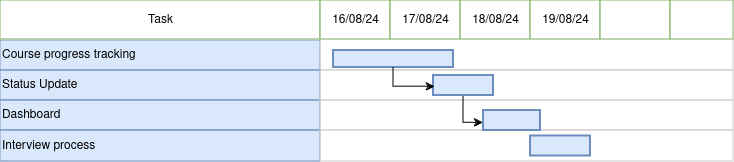
This is timeline/Untitled Diagram.drawio.png from Meharaj-thoufik/Quality-Candidate-Recruit, a draw.io export, as it was before one commit. Source tidied: cells renumbered, new cells last; positions are measured from the earlier drawing's top-left corner, leaving out a move shared by most shapes.
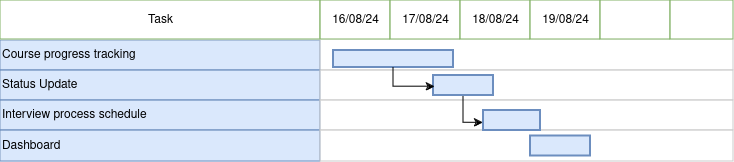
After the change.

Change to the diagram source:
```diff
@@ -32,10 +32,10 @@
     <mxCell id="11" value="Status Update" style="align=left;strokeColor=#6c8ebf;html=1;fillColor=#dae8fc;" parent="1" vertex="1">
       <mxGeometry y="70" width="320" height="30" as="geometry" />
     </mxCell>
-    <mxCell id="12" value="Dashboard " style="align=left;strokeColor=#6c8ebf;html=1;fillColor=#dae8fc;" parent="1" vertex="1">
+    <mxCell id="12" value="Interview process schedule" style="align=left;strokeColor=#6c8ebf;html=1;fillColor=#dae8fc;" parent="1" vertex="1">
       <mxGeometry y="100" width="320" height="30" as="geometry" />
     </mxCell>
-    <mxCell id="13" value="Interview process" style="align=left;strokeColor=#6c8ebf;html=1;fillColor=#dae8fc;" parent="1" vertex="1">
+    <mxCell id="13" value="Dashboard" style="align=left;strokeColor=#6c8ebf;html=1;fillColor=#dae8fc;" parent="1" vertex="1">
       <mxGeometry y="130" width="320" height="31" as="geometry" />
     </mxCell>
     <mxCell id="14" style="align=left;strokeColor=#CCCCCC;html=1;" parent="1" vertex="1">
```
